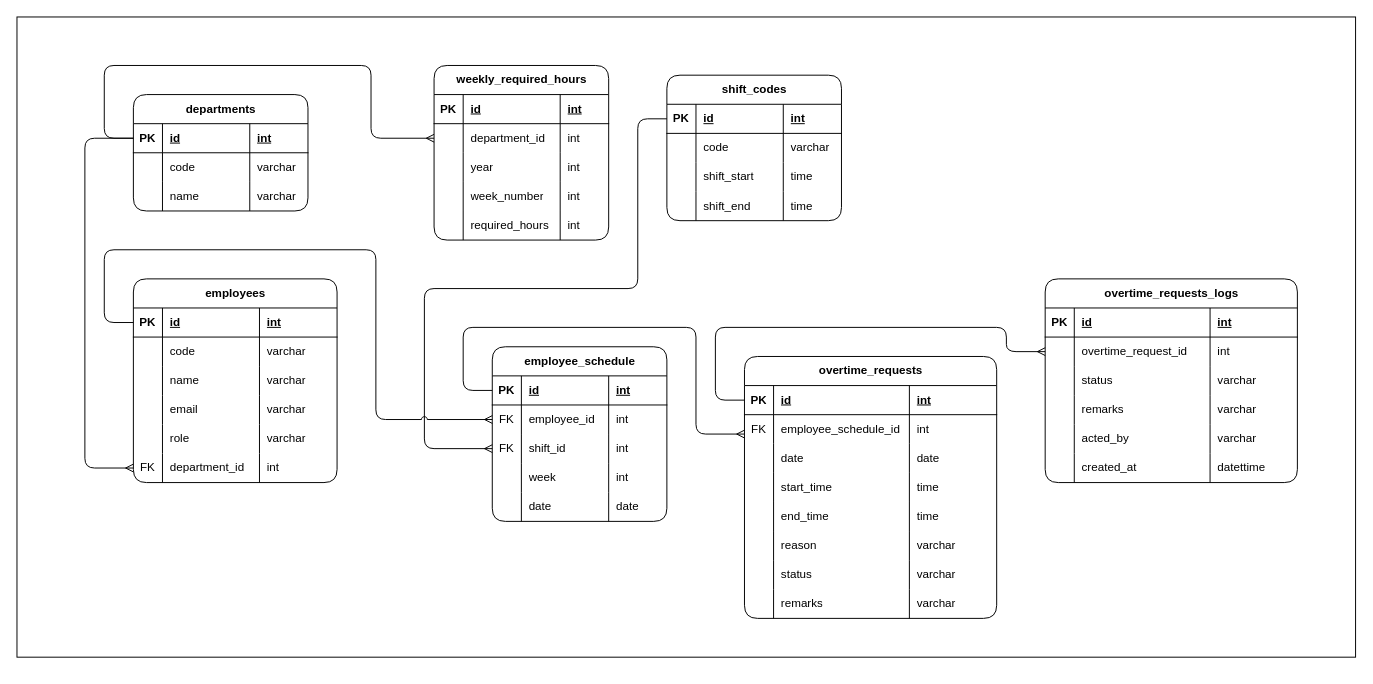
This is overtime-tracker-erd.drawio from marksxiety/overtime-tracker-dev, a draw.io file, before an edit. Source tidied: cells renumbered, new cells numbered last; positions are measured from the earlier drawing's top-left corner, leaving out a move shared by most shapes. Both pictures are drawn from the tidied source at 97%, with x=0, y=0 at pixel (16, 16).
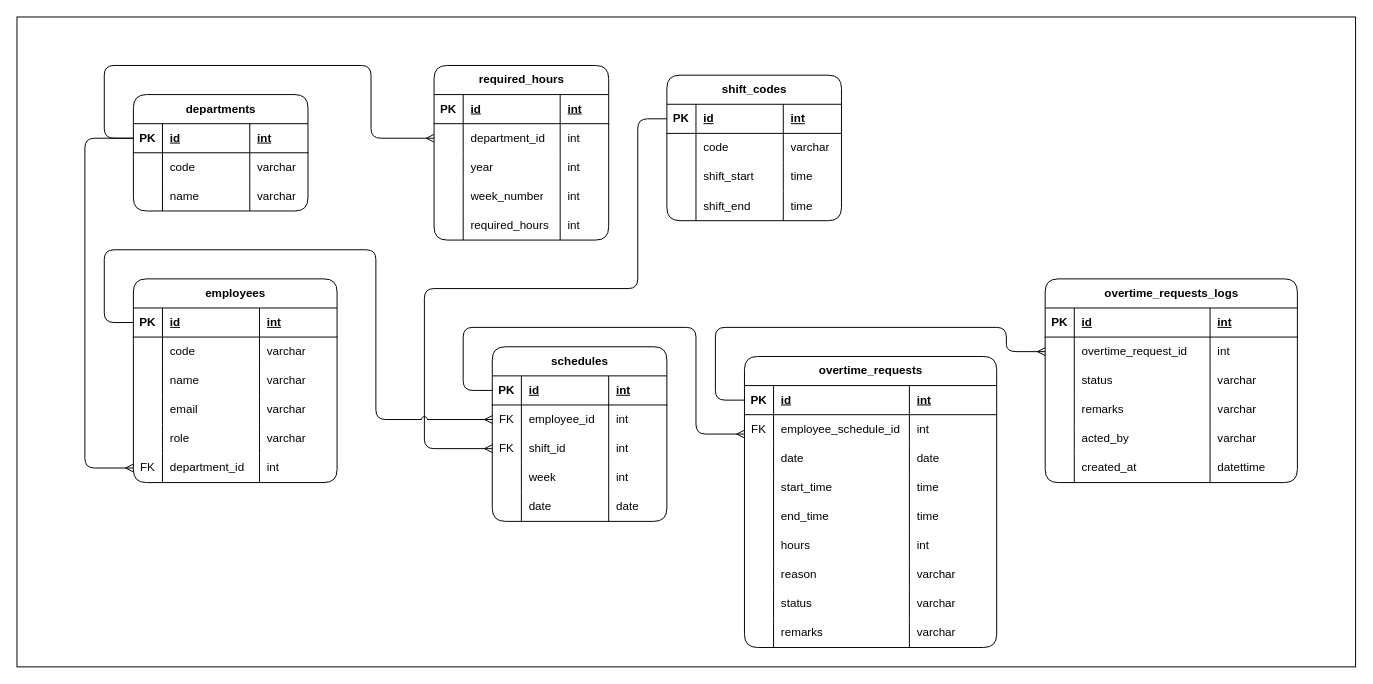
After the change.

Commit message:
docs: update the ERD, add hours table in overtime_requests table

What changed in the source:
```diff
@@
     <mxCell id="2" style="rounded=0;whiteSpace=wrap;html=1;" parent="1" vertex="1">
-      <mxGeometry width="1380" height="660" as="geometry" />
+      <mxGeometry width="1380" height="670" as="geometry" />
     </mxCell>
-    <mxCell id="3" value="employee_schedule" style="shape=table;startSize=30;childLayout=tableLayout;rowLines=0;fontStyle=1;align=center;html=1;rounded=1;" parent="1" vertex="1">
+    <mxCell id="3" value="schedules" style="shape=table;startSize=30;childLayout=tableLayout;rowLines=0;fontStyle=1;align=center;html=1;rounded=1;" parent="1" vertex="1">
       <mxGeometry x="490" y="340" width="180" height="180" as="geometry" />
     </mxCell>
@@
-    <mxCell id="66" value="weekly_required_hours" style="shape=table;startSize=30;childLayout=tableLayout;rowLines=0;fontStyle=1;align=center;html=1;rounded=1;" parent="1" vertex="1">
+    <mxCell id="66" value="required_hours" style="shape=table;startSize=30;childLayout=tableLayout;rowLines=0;fontStyle=1;align=center;html=1;rounded=1;" parent="1" vertex="1">
       <mxGeometry x="430" y="50" width="180" height="180" as="geometry" />
     </mxCell>
@@
     <mxCell id="87" value="overtime_requests" style="shape=table;startSize=30;childLayout=tableLayout;rowLines=0;fontStyle=1;align=center;html=1;rounded=1;" parent="1" vertex="1">
-      <mxGeometry x="750" y="350" width="260" height="270" as="geometry" />
+      <mxGeometry x="750" y="350" width="260" height="300" as="geometry" />
     </mxCell>
@@
+    <mxCell id="164" style="shape=tableRow;horizontal=0;startSize=0;swimlaneHead=0;swimlaneBody=0;fillColor=none;top=0;left=0;right=0;bottom=0;" parent="87" vertex="1">
+      <mxGeometry y="180" width="260" height="30" as="geometry" />
+    </mxCell>
+    <mxCell id="165" style="shape=partialRectangle;fillColor=none;top=0;left=0;bottom=0;right=0;overflow=hidden;whiteSpace=wrap;html=1;" parent="164" vertex="1">
+      <mxGeometry width="30" height="30" as="geometry" />
+    </mxCell>
+    <mxCell id="166" value="hours" style="shape=partialRectangle;fillColor=none;top=0;left=0;bottom=0;right=0;align=left;spacingLeft=6;overflow=hidden;whiteSpace=wrap;html=1;" parent="164" vertex="1">
+      <mxGeometry x="30" width="140" height="30" as="geometry" />
+    </mxCell>
+    <mxCell id="167" value="int" style="shape=partialRectangle;fillColor=none;top=0;left=0;bottom=0;right=0;align=left;spacingLeft=6;overflow=hidden;whiteSpace=wrap;html=1;" parent="164" vertex="1">
+      <mxGeometry x="170" width="90" height="30" as="geometry" />
+    </mxCell>
     <mxCell id="108" style="shape=tableRow;horizontal=0;startSize=0;swimlaneHead=0;swimlaneBody=0;fillColor=none;top=0;left=0;right=0;bottom=0;" parent="87" vertex="1">
-      <mxGeometry y="180" width="260" height="30" as="geometry" />
+      <mxGeometry y="210" width="260" height="30" as="geometry" />
     </mxCell>
@@
     <mxCell id="112" style="shape=tableRow;horizontal=0;startSize=0;swimlaneHead=0;swimlaneBody=0;fillColor=none;top=0;left=0;right=0;bottom=0;" parent="87" vertex="1">
-      <mxGeometry y="210" width="260" height="30" as="geometry" />
+      <mxGeometry y="240" width="260" height="30" as="geometry" />
     </mxCell>
@@
     <mxCell id="116" style="shape=tableRow;horizontal=0;startSize=0;swimlaneHead=0;swimlaneBody=0;fillColor=none;top=0;left=0;right=0;bottom=0;" parent="87" vertex="1">
-      <mxGeometry y="240" width="260" height="30" as="geometry" />
+      <mxGeometry y="270" width="260" height="30" as="geometry" />
     </mxCell>
```
